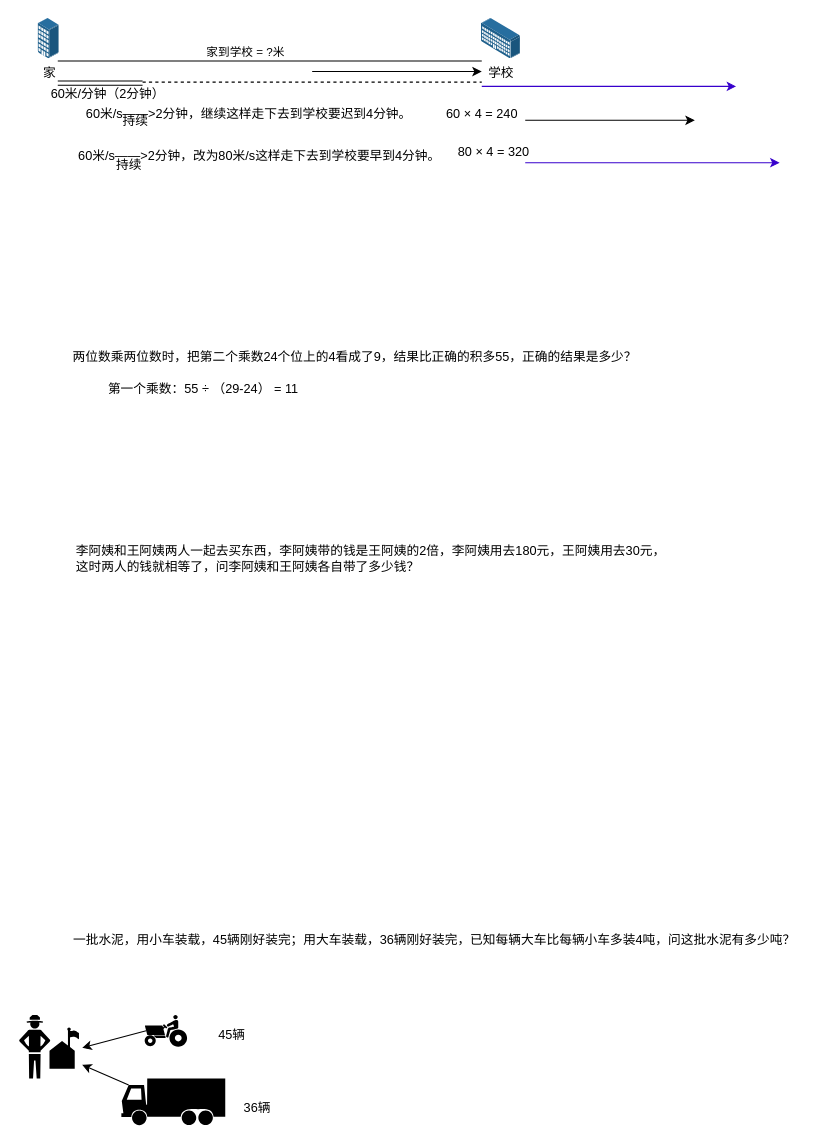
The draw.io diagram 数学模型.drawio in UTOUUCENTER-CD/draw.io, before the edit. Source tidied: cells renumbered, new cells numbered last; positions are measured from the earlier drawing's top-left corner, leaving out a move shared by most shapes. Both pictures are drawn from the tidied source at 106%, with x=0, y=0 at pixel (18, 18).
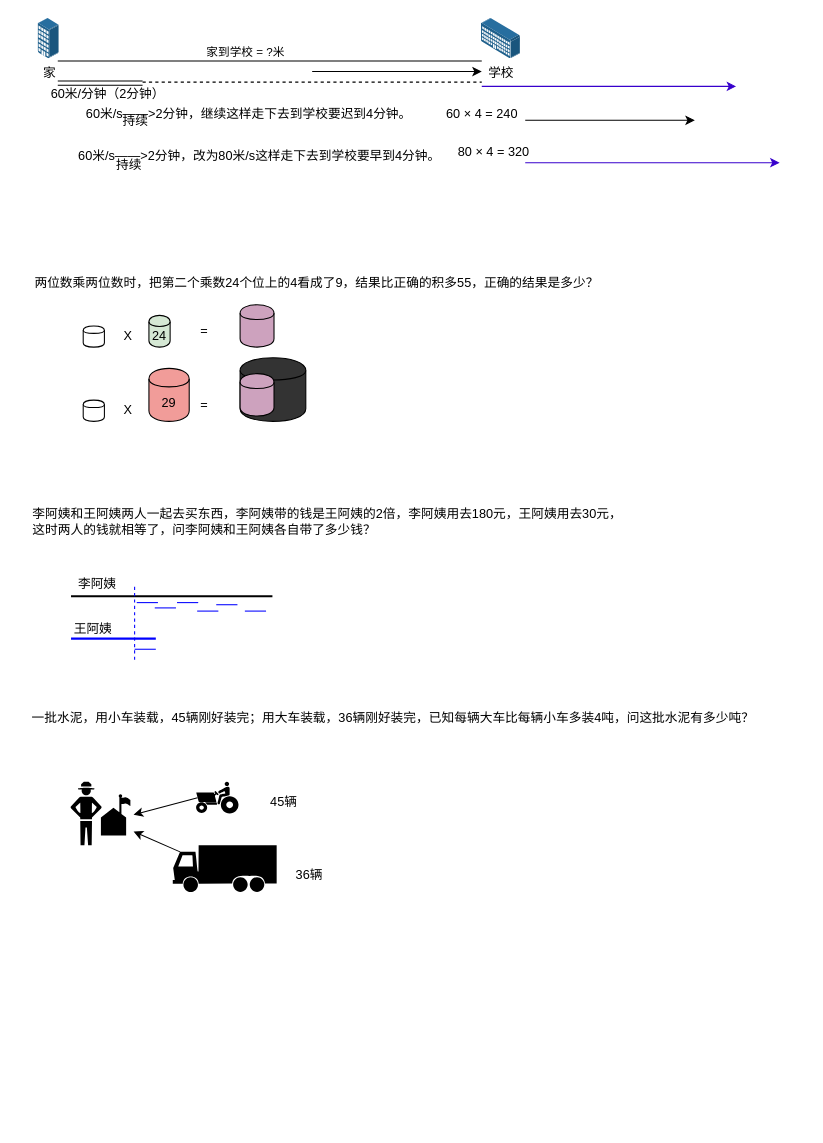
After the change.

Commit message:
更新数学模型.drawio

Diff of the diagram source:
```diff
@@
     <mxCell id="19" value="两位数乘两位数时，把第二个乘数24个位上的4看成了9，结果比正确的积多55，正确的结果是多少？" style="text;html=1;align=center;verticalAlign=middle;" parent="1" vertex="1">
-      <mxGeometry x="42" y="310" width="550" height="20" as="geometry" />
+      <mxGeometry x="6" y="240" width="550" height="20" as="geometry" />
     </mxCell>
     <mxCell id="20" value="李阿姨和王阿姨两人一起去买东西，李阿姨带的钱是王阿姨的2倍，李阿姨用去180元，王阿姨用去30元，&lt;br&gt;&lt;div style=&quot;text-align: left&quot;&gt;&lt;span&gt;这时两人的钱就相等了，&lt;/span&gt;&lt;span&gt;问李阿姨和王阿姨各自带了多少钱？&lt;/span&gt;&lt;/div&gt;" style="text;html=1;align=center;verticalAlign=middle;" parent="1" vertex="1">
-      <mxGeometry x="47" y="495" width="570" height="30" as="geometry" />
+      <mxGeometry x="6" y="460" width="570" height="30" as="geometry" />
     </mxCell>
     <mxCell id="21" value="一批水泥，用小车装载，45辆刚好装完；用大车装载，36辆刚好装完，已知每辆大车比每辆小车多装4吨，问这批水泥有多少吨？" style="text;html=1;align=center;verticalAlign=middle;" parent="1" vertex="1">
-      <mxGeometry x="42" y="860" width="700" height="20" as="geometry" />
+      <mxGeometry x="3" y="650" width="700" height="20" as="geometry" />
     </mxCell>
     <mxCell id="22" style="shape=mxgraph.signs.transportation.tractor_1;html=1;fillColor=#000000;strokeColor=none;verticalLabelPosition=bottom;verticalAlign=top;align=center;" parent="1" vertex="1">
-      <mxGeometry x="119" y="940" width="40" height="30" as="geometry" />
+      <mxGeometry x="167.5" y="720" width="40" height="30" as="geometry" />
     </mxCell>
     <mxCell id="23" style="shape=mxgraph.signs.transportation.truck_3;html=1;fillColor=#000000;strokeColor=none;verticalLabelPosition=bottom;verticalAlign=top;align=center;" parent="1" vertex="1">
-      <mxGeometry x="97" y="1000" width="98" height="44" as="geometry" />
+      <mxGeometry x="145.5" y="780" width="98" height="44" as="geometry" />
     </mxCell>
     <mxCell id="24" style="shape=mxgraph.signs.sports.ranger_station_2;html=1;fillColor=#000000;strokeColor=none;verticalLabelPosition=bottom;verticalAlign=top;align=center;" parent="1" vertex="1">
-      <mxGeometry y="940" width="57" height="60" as="geometry" />
+      <mxGeometry x="48.5" y="720" width="57" height="60" as="geometry" />
     </mxCell>
@@
     <mxCell id="27" value="45辆" style="text;html=1;align=center;verticalAlign=middle;" parent="1" vertex="1">
-      <mxGeometry x="181" y="949" width="40" height="20" as="geometry" />
+      <mxGeometry x="229.5" y="729" width="40" height="20" as="geometry" />
     </mxCell>
     <mxCell id="28" value="36辆" style="text;html=1;align=center;verticalAlign=middle;" parent="1" vertex="1">
-      <mxGeometry x="205" y="1018" width="40" height="20" as="geometry" />
+      <mxGeometry x="253.5" y="798" width="40" height="20" as="geometry" />
     </mxCell>
-    <mxCell id="29" value="第一个乘数：55 ÷ （29-24） = 11" style="text;html=1;align=center;verticalAlign=middle;" parent="1" vertex="1">
-      <mxGeometry x="74" y="340" width="200" height="20" as="geometry" />
-    </mxCell>
+    <mxCell id="30" style="shape=cylinder;whiteSpace=wrap;html=1;boundedLbl=1;backgroundOutline=1;" parent="1" vertex="1">
+      <mxGeometry x="61" y="290" width="20" height="20" as="geometry" />
+    </mxCell>
+    <mxCell id="31" value="24" style="shape=cylinder;whiteSpace=wrap;html=1;boundedLbl=1;backgroundOutline=1;fillColor=#D5E8D4;" parent="1" vertex="1">
+      <mxGeometry x="123" y="280" width="20" height="30" as="geometry" />
+    </mxCell>
+    <mxCell id="32" style="shape=cylinder;whiteSpace=wrap;html=1;boundedLbl=1;backgroundOutline=1;fillColor=#CDA2BE;" parent="1" vertex="1">
+      <mxGeometry x="209" y="270" width="32" height="40" as="geometry" />
+    </mxCell>
+    <mxCell id="33" value="X" style="text;html=1;align=center;verticalAlign=middle;" parent="1" vertex="1">
+      <mxGeometry x="93" y="290" width="20" height="20" as="geometry" />
+    </mxCell>
+    <mxCell id="34" value="=" style="text;html=1;align=center;verticalAlign=middle;" parent="1" vertex="1">
+      <mxGeometry x="165" y="285" width="20" height="20" as="geometry" />
+    </mxCell>
+    <mxCell id="35" style="shape=cylinder;whiteSpace=wrap;html=1;boundedLbl=1;backgroundOutline=1;" parent="1" vertex="1">
+      <mxGeometry x="61" y="360" width="20" height="20" as="geometry" />
+    </mxCell>
+    <mxCell id="36" value="29" style="shape=cylinder;whiteSpace=wrap;html=1;boundedLbl=1;backgroundOutline=1;fillColor=#F19C99;" parent="1" vertex="1">
+      <mxGeometry x="123" y="330" width="38" height="50" as="geometry" />
+    </mxCell>
+    <mxCell id="37" style="shape=cylinder;whiteSpace=wrap;html=1;boundedLbl=1;backgroundOutline=1;fillColor=#333333;" parent="1" vertex="1">
+      <mxGeometry x="209" y="320" width="62" height="60" as="geometry" />
+    </mxCell>
+    <mxCell id="38" value="X" style="text;html=1;align=center;verticalAlign=middle;" parent="1" vertex="1">
+      <mxGeometry x="93" y="360" width="20" height="20" as="geometry" />
+    </mxCell>
+    <mxCell id="39" value="=" style="text;html=1;align=center;verticalAlign=middle;" parent="1" vertex="1">
+      <mxGeometry x="165" y="355" width="20" height="20" as="geometry" />
+    </mxCell>
+    <mxCell id="40" style="endArrow=none;html=1;fontStyle=1;strokeWidth=2;" parent="1" edge="1">
+      <mxGeometry relative="1" as="geometry">
+        <mxPoint x="49.5" y="545" as="sourcePoint" />
+        <mxPoint x="239.5" y="545" as="targetPoint" />
+      </mxGeometry>
+    </mxCell>
+    <mxCell id="41" style="endArrow=none;html=1;strokeWidth=2;strokeColor=#0000FF;" parent="1" edge="1">
+      <mxGeometry relative="1" as="geometry">
+        <mxPoint x="49.5" y="585" as="sourcePoint" />
+        <mxPoint x="129.5" y="585" as="targetPoint" />
+      </mxGeometry>
+    </mxCell>
+    <mxCell id="42" value="李阿姨" style="text;html=1;align=center;verticalAlign=middle;" parent="1" vertex="1">
+      <mxGeometry x="48.5" y="524" width="50" height="20" as="geometry" />
+    </mxCell>
+    <mxCell id="43" value="王阿姨" style="text;html=1;align=center;verticalAlign=middle;" parent="1" vertex="1">
+      <mxGeometry x="44.5" y="566" width="50" height="20" as="geometry" />
+    </mxCell>
+    <mxCell id="44" style="endArrow=none;html=1;strokeWidth=1;strokeColor=#0000FF;" parent="1" edge="1">
+      <mxGeometry relative="1" as="geometry">
+        <mxPoint x="109.5" y="595" as="sourcePoint" />
+        <mxPoint x="129.5" y="595" as="targetPoint" />
+      </mxGeometry>
+    </mxCell>
+    <mxCell id="45" style="endArrow=none;html=1;strokeWidth=1;strokeColor=#0000FF;" parent="1" edge="1">
+      <mxGeometry relative="1" as="geometry">
+        <mxPoint x="111.5" y="551" as="sourcePoint" />
+        <mxPoint x="131.5" y="551" as="targetPoint" />
+        <Array as="points">
+          <mxPoint x="121.5" y="551" />
+        </Array>
+      </mxGeometry>
+    </mxCell>
+    <mxCell id="46" style="endArrow=none;html=1;strokeWidth=1;strokeColor=#0000FF;" parent="1" edge="1">
+      <mxGeometry relative="1" as="geometry">
+        <mxPoint x="128.5" y="556" as="sourcePoint" />
+        <mxPoint x="148.5" y="556" as="targetPoint" />
+        <Array as="points">
+          <mxPoint x="138.5" y="556" />
+        </Array>
+      </mxGeometry>
+    </mxCell>
+    <mxCell id="47" style="endArrow=none;html=1;strokeWidth=1;strokeColor=#0000FF;" parent="1" edge="1">
+      <mxGeometry relative="1" as="geometry">
+        <mxPoint x="149.5" y="551" as="sourcePoint" />
+        <mxPoint x="169.5" y="551" as="targetPoint" />
+        <Array as="points">
+          <mxPoint x="159.5" y="551" />
+        </Array>
+      </mxGeometry>
+    </mxCell>
+    <mxCell id="48" style="endArrow=none;html=1;strokeWidth=1;strokeColor=#0000FF;" parent="1" edge="1">
+      <mxGeometry relative="1" as="geometry">
+        <mxPoint x="168.5" y="559" as="sourcePoint" />
+        <mxPoint x="188.5" y="559" as="targetPoint" />
+        <Array as="points">
+          <mxPoint x="178.5" y="559" />
+        </Array>
+      </mxGeometry>
+    </mxCell>
+    <mxCell id="49" style="endArrow=none;html=1;strokeWidth=1;strokeColor=#0000FF;" parent="1" edge="1">
+      <mxGeometry relative="1" as="geometry">
+        <mxPoint x="186.5" y="553" as="sourcePoint" />
+        <mxPoint x="206.5" y="553" as="targetPoint" />
+        <Array as="points">
+          <mxPoint x="196.5" y="553" />
+        </Array>
+      </mxGeometry>
+    </mxCell>
+    <mxCell id="50" style="endArrow=none;dashed=1;html=1;strokeColor=#0000FF;strokeWidth=1;" parent="1" edge="1">
+      <mxGeometry relative="1" as="geometry">
+        <mxPoint x="109.5" y="605" as="sourcePoint" />
+        <mxPoint x="109.5" y="535" as="targetPoint" />
+      </mxGeometry>
+    </mxCell>
+    <mxCell id="51" style="endArrow=none;html=1;strokeWidth=1;strokeColor=#0000FF;" parent="1" edge="1">
+      <mxGeometry relative="1" as="geometry">
+        <mxPoint x="213.5" y="559" as="sourcePoint" />
+        <mxPoint x="233.5" y="559" as="targetPoint" />
+        <Array as="points">
+          <mxPoint x="223.5" y="559" />
+        </Array>
+      </mxGeometry>
+    </mxCell>
+    <mxCell id="52" style="shape=cylinder;whiteSpace=wrap;html=1;boundedLbl=1;backgroundOutline=1;fillColor=#CDA2BE;" parent="1" vertex="1">
+      <mxGeometry x="209" y="335" width="32" height="40" as="geometry" />
+    </mxCell>
```
